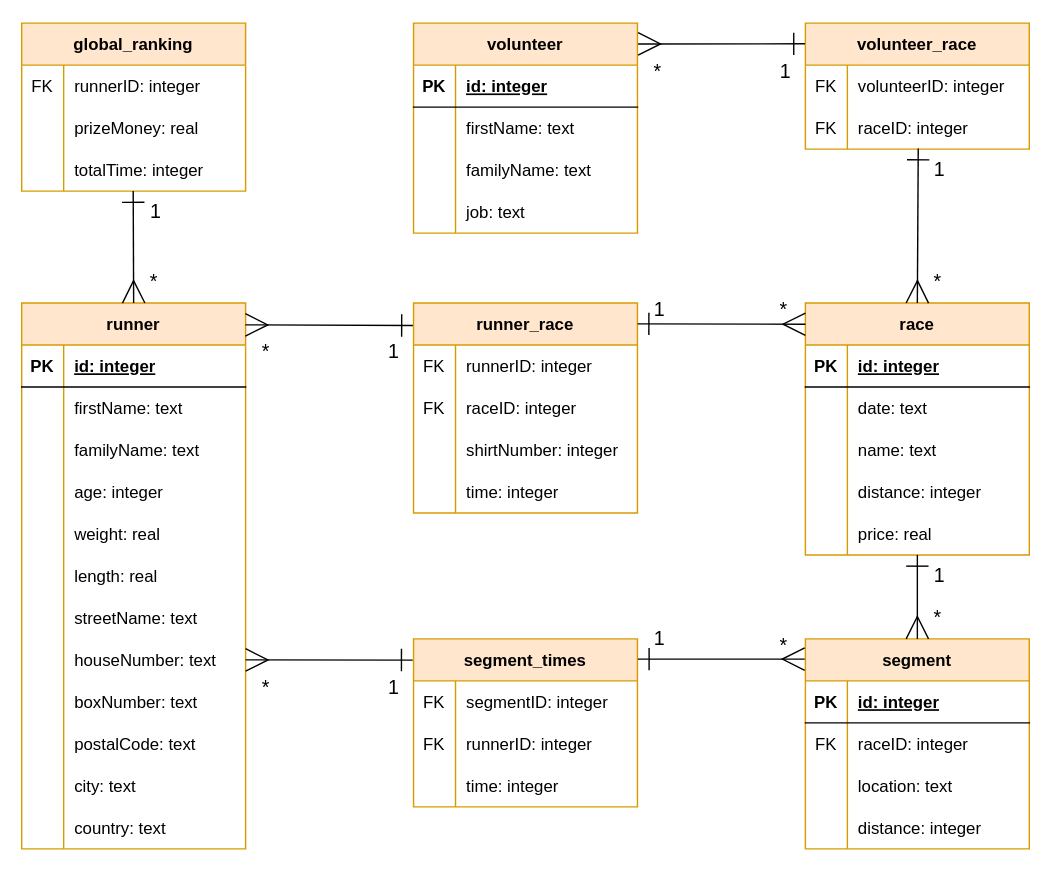
Before: diagram/diagram.svg, a diagram exported from draw.io (lowie2727/databases-project). Source tidied: cells renumbered, new cells last; positions are measured from the earlier drawing's top-left corner, leaving out a move shared by most shapes.
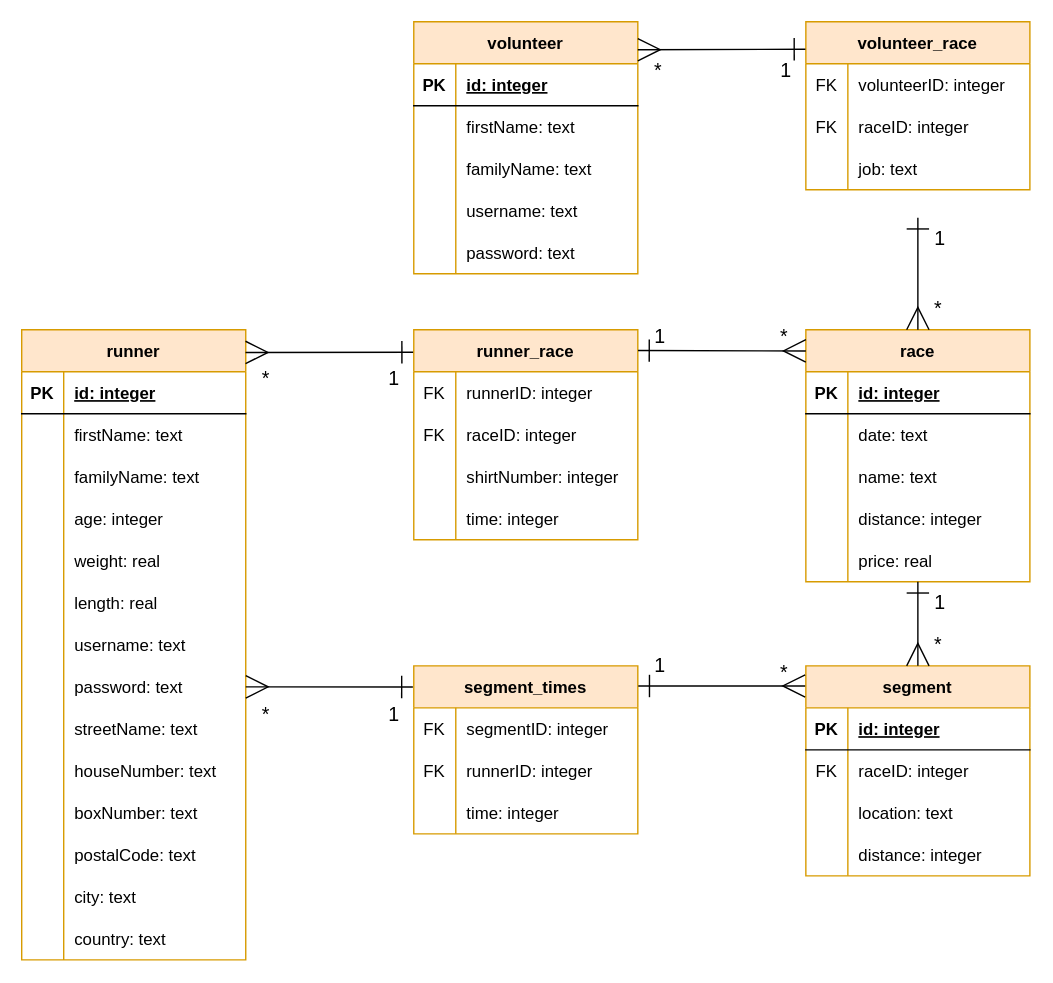
Above is the later version.

Change to the diagram source:
```diff
@@ -3,7 +3,7 @@
     <mxCell id="0" />
     <mxCell id="1" parent="0" />
     <mxCell id="2" value="runner" style="shape=table;startSize=30;rowLines=0;fontStyle=1;align=center;fillColor=#ffe6cc;strokeColor=#d79b00;" parent="1" vertex="1">
-      <mxGeometry y="200" width="160" height="390" as="geometry" />
+      <mxGeometry y="200" width="160" height="450" as="geometry" />
     </mxCell>
     <mxCell id="3" style="shape=tableRow;horizontal=0;startSize=0;swimlaneHead=0;swimlaneBody=0;fillColor=none;top=0;left=0;right=0;bottom=1;" parent="2" vertex="1">
       <mxGeometry y="30" width="160" height="30" as="geometry" />
@@ -59,8 +59,26 @@
     <mxCell id="20" value="length: real" style="shape=partialRectangle;fillColor=none;top=0;left=0;bottom=0;right=0;align=left;spacingLeft=6;overflow=hidden;" parent="18" vertex="1">
       <mxGeometry x="30" width="130" height="30" as="geometry" />
     </mxCell>
+    <mxCell id="145" style="shape=tableRow;horizontal=0;startSize=0;swimlaneHead=0;swimlaneBody=0;fillColor=none;top=0;left=0;right=0;bottom=0;" parent="2" vertex="1">
+      <mxGeometry y="210" width="160" height="30" as="geometry" />
+    </mxCell>
+    <mxCell id="146" style="shape=partialRectangle;fillColor=none;top=0;left=0;bottom=0;right=0;overflow=hidden;" parent="145" vertex="1">
+      <mxGeometry width="30" height="30" as="geometry" />
+    </mxCell>
+    <mxCell id="147" value="username: text" style="shape=partialRectangle;fillColor=none;top=0;left=0;bottom=0;right=0;align=left;spacingLeft=6;overflow=hidden;" parent="145" vertex="1">
+      <mxGeometry x="30" width="130" height="30" as="geometry" />
+    </mxCell>
+    <mxCell id="148" style="shape=tableRow;horizontal=0;startSize=0;swimlaneHead=0;swimlaneBody=0;fillColor=none;points=[[0,0.5],[1,0.5]];portConstraint=eastwest;top=0;left=0;right=0;bottom=0;" parent="2" vertex="1">
+      <mxGeometry y="240" width="160" height="30" as="geometry" />
+    </mxCell>
+    <mxCell id="149" style="shape=partialRectangle;fillColor=none;top=0;left=0;bottom=0;right=0;overflow=hidden;" parent="148" vertex="1">
+      <mxGeometry width="30" height="30" as="geometry" />
+    </mxCell>
+    <mxCell id="150" value="password: text" style="shape=partialRectangle;fillColor=none;top=0;left=0;bottom=0;right=0;align=left;spacingLeft=6;overflow=hidden;" parent="148" vertex="1">
+      <mxGeometry x="30" width="130" height="30" as="geometry" />
+    </mxCell>
     <mxCell id="21" style="shape=tableRow;horizontal=0;startSize=0;swimlaneHead=0;swimlaneBody=0;fillColor=none;top=0;left=0;right=0;bottom=0;" parent="2" vertex="1">
-      <mxGeometry y="210" width="160" height="30" as="geometry" />
+      <mxGeometry y="270" width="160" height="30" as="geometry" />
     </mxCell>
     <mxCell id="22" style="shape=partialRectangle;fillColor=none;top=0;left=0;bottom=0;right=0;overflow=hidden;" parent="21" vertex="1">
       <mxGeometry width="30" height="30" as="geometry" />
@@ -69,7 +87,7 @@
       <mxGeometry x="30" width="130" height="30" as="geometry" />
     </mxCell>
     <mxCell id="24" style="shape=tableRow;horizontal=0;startSize=0;swimlaneHead=0;swimlaneBody=0;fillColor=none;points=[[0,0.5],[1,0.5]];portConstraint=eastwest;top=0;left=0;right=0;bottom=0;" parent="2" vertex="1">
-      <mxGeometry y="240" width="160" height="30" as="geometry" />
+      <mxGeometry y="300" width="160" height="30" as="geometry" />
     </mxCell>
     <mxCell id="25" style="shape=partialRectangle;fillColor=none;top=0;left=0;bottom=0;right=0;overflow=hidden;" parent="24" vertex="1">
       <mxGeometry width="30" height="30" as="geometry" />
@@ -78,7 +96,7 @@
       <mxGeometry x="30" width="130" height="30" as="geometry" />
     </mxCell>
     <mxCell id="27" style="shape=tableRow;horizontal=0;startSize=0;swimlaneHead=0;swimlaneBody=0;fillColor=none;top=0;left=0;right=0;bottom=0;" parent="2" vertex="1">
-      <mxGeometry y="270" width="160" height="30" as="geometry" />
+      <mxGeometry y="330" width="160" height="30" as="geometry" />
     </mxCell>
     <mxCell id="28" style="shape=partialRectangle;fillColor=none;top=0;left=0;bottom=0;right=0;overflow=hidden;" parent="27" vertex="1">
       <mxGeometry width="30" height="30" as="geometry" />
@@ -87,7 +105,7 @@
       <mxGeometry x="30" width="130" height="30" as="geometry" />
     </mxCell>
     <mxCell id="30" style="shape=tableRow;horizontal=0;startSize=0;swimlaneHead=0;swimlaneBody=0;fillColor=none;top=0;left=0;right=0;bottom=0;" parent="2" vertex="1">
-      <mxGeometry y="300" width="160" height="30" as="geometry" />
+      <mxGeometry y="360" width="160" height="30" as="geometry" />
     </mxCell>
     <mxCell id="31" style="shape=partialRectangle;fillColor=none;top=0;left=0;bottom=0;right=0;overflow=hidden;" parent="30" vertex="1">
       <mxGeometry width="30" height="30" as="geometry" />
@@ -96,7 +114,7 @@
       <mxGeometry x="30" width="130" height="30" as="geometry" />
     </mxCell>
     <mxCell id="33" style="shape=tableRow;horizontal=0;startSize=0;swimlaneHead=0;swimlaneBody=0;fillColor=none;top=0;left=0;right=0;bottom=0;" parent="2" vertex="1">
-      <mxGeometry y="330" width="160" height="30" as="geometry" />
+      <mxGeometry y="390" width="160" height="30" as="geometry" />
     </mxCell>
     <mxCell id="34" style="shape=partialRectangle;fillColor=none;top=0;left=0;bottom=0;right=0;overflow=hidden;" parent="33" vertex="1">
       <mxGeometry width="30" height="30" as="geometry" />
@@ -105,7 +123,7 @@
       <mxGeometry x="30" width="130" height="30" as="geometry" />
     </mxCell>
     <mxCell id="36" style="shape=tableRow;horizontal=0;startSize=0;swimlaneHead=0;swimlaneBody=0;fillColor=none;top=0;left=0;right=0;bottom=0;" parent="2" vertex="1">
-      <mxGeometry y="360" width="160" height="30" as="geometry" />
+      <mxGeometry y="420" width="160" height="30" as="geometry" />
     </mxCell>
     <mxCell id="37" style="shape=partialRectangle;fillColor=none;top=0;left=0;bottom=0;right=0;overflow=hidden;" parent="36" vertex="1">
       <mxGeometry width="30" height="30" as="geometry" />
@@ -153,7 +171,7 @@
       <mxGeometry x="30" width="130" height="30" as="geometry" />
     </mxCell>
     <mxCell id="52" value="volunteer" style="shape=table;startSize=30;rowLines=0;fontStyle=1;align=center;fillColor=#ffe6cc;strokeColor=#d79b00;swimlaneLine=1;" parent="1" vertex="1">
-      <mxGeometry x="280" width="160" height="150" as="geometry" />
+      <mxGeometry x="280" y="-20" width="160" height="180" as="geometry" />
     </mxCell>
     <mxCell id="53" style="shape=tableRow;horizontal=0;startSize=0;swimlaneHead=0;swimlaneBody=0;fillColor=none;top=0;left=0;right=0;bottom=1;" parent="52" vertex="1">
       <mxGeometry y="30" width="160" height="30" as="geometry" />
@@ -188,9 +206,18 @@
     <mxCell id="63" style="shape=partialRectangle;fillColor=none;top=0;left=0;bottom=0;right=0;overflow=hidden;" parent="62" vertex="1">
       <mxGeometry width="30" height="30" as="geometry" />
     </mxCell>
-    <mxCell id="64" value="job: text" style="shape=partialRectangle;fillColor=none;top=0;left=0;bottom=0;right=0;align=left;spacingLeft=6;overflow=hidden;" parent="62" vertex="1">
+    <mxCell id="64" value="username: text" style="shape=partialRectangle;fillColor=none;top=0;left=0;bottom=0;right=0;align=left;spacingLeft=6;overflow=hidden;" parent="62" vertex="1">
       <mxGeometry x="30" width="130" height="30" as="geometry" />
     </mxCell>
+    <mxCell id="151" style="shape=tableRow;horizontal=0;startSize=0;swimlaneHead=0;swimlaneBody=0;fillColor=none;top=0;left=0;right=0;bottom=0;" parent="52" vertex="1">
+      <mxGeometry y="150" width="160" height="30" as="geometry" />
+    </mxCell>
+    <mxCell id="152" style="shape=partialRectangle;fillColor=none;top=0;left=0;bottom=0;right=0;overflow=hidden;" parent="151" vertex="1">
+      <mxGeometry width="30" height="30" as="geometry" />
+    </mxCell>
+    <mxCell id="153" value="password: text" style="shape=partialRectangle;fillColor=none;top=0;left=0;bottom=0;right=0;align=left;spacingLeft=6;overflow=hidden;" parent="151" vertex="1">
+      <mxGeometry x="30" width="130" height="30" as="geometry" />
+    </mxCell>
     <mxCell id="65" value="race" style="shape=table;startSize=30;rowLines=0;fontStyle=1;align=center;fillColor=#ffe6cc;strokeColor=#d79b00;" parent="1" vertex="1">
       <mxGeometry x="560" y="200" width="160" height="180" as="geometry" />
     </mxCell>
@@ -239,45 +266,6 @@
     <mxCell id="80" value="price: real" style="shape=partialRectangle;fillColor=none;top=0;left=0;bottom=0;right=0;align=left;spacingLeft=6;overflow=hidden;" parent="78" vertex="1">
       <mxGeometry x="30" width="130" height="30" as="geometry" />
     </mxCell>
-    <mxCell id="81" value="global_ranking" style="shape=table;startSize=30;rowLines=0;fontStyle=1;align=center;fillColor=#ffe6cc;strokeColor=#d79b00;" parent="1" vertex="1">
-      <mxGeometry width="160" height="120" as="geometry" />
-    </mxCell>
-    <mxCell id="82" style="shape=tableRow;horizontal=0;startSize=0;swimlaneHead=0;swimlaneBody=0;fillColor=none;top=0;left=0;right=0;bottom=0;" parent="81" vertex="1">
-      <mxGeometry y="30" width="160" height="30" as="geometry" />
-    </mxCell>
-    <mxCell id="83" value="FK" style="shape=partialRectangle;fillColor=none;top=0;left=0;bottom=0;right=0;overflow=hidden;" parent="82" vertex="1">
-      <mxGeometry width="30" height="30" as="geometry" />
-    </mxCell>
-    <mxCell id="84" value="runnerID: integer" style="shape=partialRectangle;fillColor=none;top=0;left=0;bottom=0;right=0;align=left;spacingLeft=6;overflow=hidden;" parent="82" vertex="1">
-      <mxGeometry x="30" width="130" height="30" as="geometry" />
-    </mxCell>
-    <mxCell id="85" style="shape=tableRow;horizontal=0;startSize=0;swimlaneHead=0;swimlaneBody=0;fillColor=none;top=0;left=0;right=0;bottom=0;" parent="81" vertex="1">
-      <mxGeometry y="60" width="160" height="30" as="geometry" />
-    </mxCell>
-    <mxCell id="86" style="shape=partialRectangle;fillColor=none;top=0;left=0;bottom=0;right=0;overflow=hidden;" parent="85" vertex="1">
-      <mxGeometry width="30" height="30" as="geometry" />
-    </mxCell>
-    <mxCell id="87" value="prizeMoney: real" style="shape=partialRectangle;fillColor=none;top=0;left=0;bottom=0;right=0;align=left;spacingLeft=6;overflow=hidden;" parent="85" vertex="1">
-      <mxGeometry x="30" width="130" height="30" as="geometry" />
-    </mxCell>
-    <mxCell id="88" style="shape=tableRow;horizontal=0;startSize=0;swimlaneHead=0;swimlaneBody=0;fillColor=none;points=[[0,0.5],[1,0.5]];portConstraint=eastwest;top=0;left=0;right=0;bottom=0;" parent="81" vertex="1">
-      <mxGeometry y="90" width="160" height="30" as="geometry" />
-    </mxCell>
-    <mxCell id="89" style="shape=partialRectangle;fillColor=none;top=0;left=0;bottom=0;right=0;overflow=hidden;" parent="88" vertex="1">
-      <mxGeometry width="30" height="30" as="geometry" />
-    </mxCell>
-    <mxCell id="90" value="totalTime: integer" style="shape=partialRectangle;fillColor=none;top=0;left=0;bottom=0;right=0;align=left;spacingLeft=6;overflow=hidden;" parent="88" vertex="1">
-      <mxGeometry x="30" width="130" height="30" as="geometry" />
-    </mxCell>
-    <mxCell id="91" style="edgeStyle=none;rounded=0;jumpSize=6;jettySize=auto;html=1;exitX=0.498;exitY=1;exitDx=0;exitDy=0;fontSize=14;startArrow=ERone;startFill=0;endArrow=ERmany;endFill=0;startSize=14;endSize=14;entryX=0.5;entryY=0;entryDx=0;entryDy=0;exitPerimeter=0;" parent="1" edge="1" source="88" target="2">
-      <mxGeometry relative="1" as="geometry" />
-    </mxCell>
-    <mxCell id="92" value="*" style="edgeLabel;html=1;align=left;verticalAlign=top;fontSize=14;labelBackgroundColor=none;" parent="1" vertex="1">
-      <mxGeometry x="90" y="170" as="geometry" />
-    </mxCell>
-    <mxCell id="93" value="1" style="edgeLabel;html=1;align=right;verticalAlign=top;fontSize=14;labelBackgroundColor=none;" parent="1" vertex="1">
-      <mxGeometry x="100" y="120" as="geometry" />
-    </mxCell>
     <mxCell id="94" value="segment_times" style="shape=table;startSize=30;rowLines=0;fontStyle=1;align=center;fillColor=#ffe6cc;strokeColor=#d79b00;" parent="1" vertex="1">
       <mxGeometry x="280" y="440" width="160" height="120" as="geometry" />
     </mxCell>
@@ -357,7 +345,7 @@
       <mxGeometry x="30" width="130" height="30" as="geometry" />
     </mxCell>
     <mxCell id="120" value="volunteer_race" style="shape=table;startSize=30;rowLines=0;fontStyle=1;align=center;fillColor=#ffe6cc;strokeColor=#d79b00;swimlaneLine=1;" parent="1" vertex="1">
-      <mxGeometry x="560" width="160" height="90" as="geometry" />
+      <mxGeometry x="560" y="-20" width="160" height="120" as="geometry" />
     </mxCell>
     <mxCell id="121" style="shape=tableRow;horizontal=0;startSize=0;swimlaneHead=0;swimlaneBody=0;fillColor=none;top=0;left=0;right=0;bottom=0;" parent="120" vertex="1">
       <mxGeometry y="30" width="160" height="30" as="geometry" />
@@ -377,11 +365,24 @@
     <mxCell id="126" value="raceID: integer" style="shape=partialRectangle;fillColor=none;top=0;left=0;bottom=0;right=0;align=left;spacingLeft=6;overflow=hidden;" parent="124" vertex="1">
       <mxGeometry x="30" width="130" height="30" as="geometry" />
     </mxCell>
+    <mxCell id="88" style="shape=tableRow;horizontal=0;startSize=0;swimlaneHead=0;swimlaneBody=0;fillColor=none;points=[[0,0.5],[1,0.5]];portConstraint=eastwest;top=0;left=0;right=0;bottom=0;" parent="120" vertex="1">
+      <mxGeometry y="90" width="160" height="30" as="geometry" />
+    </mxCell>
+    <mxCell id="154" style="shape=partialRectangle;fillColor=none;top=0;left=0;bottom=0;right=0;overflow=hidden;" parent="88" vertex="1">
+      <mxGeometry width="30" height="30" as="geometry" />
+    </mxCell>
+    <mxCell id="155" style="shape=partialRectangle;fillColor=none;top=0;left=0;bottom=0;right=0;align=left;spacingLeft=6;overflow=hidden;" parent="88" vertex="1">
+      <mxGeometry x="30" width="130" height="30" as="geometry" />
+    </mxCell>
-    <mxCell id="127" style="endArrow=ERone;html=1;rounded=0;exitX=1.003;exitY=0.099;exitDx=0;exitDy=0;exitPerimeter=0;entryX=-0.002;entryY=0.164;entryDx=0;entryDy=0;startArrow=ERmany;startFill=0;endSize=14;startSize=14;endFill=0;entryPerimeter=0;" parent="1" edge="1" source="52" target="120">
-      <mxGeometry relative="1" as="geometry" />
+    <mxCell id="127" style="endArrow=ERone;html=1;rounded=0;entryX=-0.002;entryY=0.164;entryDx=0;entryDy=0;startArrow=ERmany;startFill=0;endSize=14;startSize=14;endFill=0;entryPerimeter=0;" parent="1" edge="1" target="120">
+      <mxGeometry relative="1" as="geometry">
+        <mxPoint x="440" as="sourcePoint" />
+      </mxGeometry>
     </mxCell>
-    <mxCell id="128" style="endArrow=ERone;html=1;rounded=0;exitX=0.5;exitY=0;exitDx=0;exitDy=0;entryX=0.504;entryY=0.987;entryDx=0;entryDy=0;startArrow=ERmany;startFill=0;endSize=14;startSize=14;endFill=0;entryPerimeter=0;" parent="1" edge="1" source="65" target="124">
-      <mxGeometry relative="1" as="geometry" />
+    <mxCell id="128" style="endArrow=ERone;html=1;rounded=0;exitX=0.5;exitY=0;exitDx=0;exitDy=0;startArrow=ERmany;startFill=0;endSize=14;startSize=14;endFill=0;" parent="1" edge="1" source="65">
+      <mxGeometry relative="1" as="geometry">
+        <mxPoint x="640" y="120" as="targetPoint" />
+      </mxGeometry>
     </mxCell>
     <mxCell id="129" style="endArrow=ERone;html=1;rounded=0;exitX=0;exitY=0.084;exitDx=0;exitDy=0;entryX=1.001;entryY=0.099;entryDx=0;entryDy=0;startArrow=ERmany;startFill=0;endSize=14;startSize=14;endFill=0;entryPerimeter=0;exitPerimeter=0;" parent="1" edge="1" source="65" target="107">
       <mxGeometry relative="1" as="geometry" />
@@ -389,10 +390,10 @@
     <mxCell id="130" style="endArrow=ERone;html=1;rounded=0;exitX=-0.003;exitY=0.096;exitDx=0;exitDy=0;entryX=1.002;entryY=0.12;entryDx=0;entryDy=0;startArrow=ERmany;startFill=0;endSize=14;startSize=14;endFill=0;entryPerimeter=0;exitPerimeter=0;" parent="1" edge="1" source="39" target="94">
       <mxGeometry relative="1" as="geometry" />
     </mxCell>
-    <mxCell id="131" style="endArrow=ERmany;html=1;rounded=0;exitX=-0.003;exitY=0.107;exitDx=0;exitDy=0;entryX=0.999;entryY=0.04;entryDx=0;entryDy=0;startArrow=ERone;startFill=0;endSize=14;startSize=14;endFill=0;entryPerimeter=0;exitPerimeter=0;" parent="1" edge="1" source="107" target="2">
+    <mxCell id="131" style="endArrow=ERmany;html=1;rounded=0;exitX=-0.003;exitY=0.107;exitDx=0;exitDy=0;entryX=0.999;entryY=0.036;entryDx=0;entryDy=0;startArrow=ERone;startFill=0;endSize=14;startSize=14;endFill=0;entryPerimeter=0;exitPerimeter=0;" parent="1" edge="1" source="107" target="2">
       <mxGeometry relative="1" as="geometry" />
     </mxCell>
-    <mxCell id="132" style="endArrow=ERmany;html=1;rounded=0;exitX=-0.004;exitY=0.126;exitDx=0;exitDy=0;entryX=1;entryY=0.5;entryDx=0;entryDy=0;startArrow=ERone;startFill=0;endSize=14;startSize=14;endFill=0;exitPerimeter=0;" parent="1" edge="1" source="94" target="24">
+    <mxCell id="132" style="endArrow=ERmany;html=1;rounded=0;exitX=-0.004;exitY=0.126;exitDx=0;exitDy=0;entryX=1;entryY=0.5;entryDx=0;entryDy=0;startArrow=ERone;startFill=0;endSize=14;startSize=14;endFill=0;exitPerimeter=0;" parent="1" edge="1" source="94" target="148">
       <mxGeometry relative="1" as="geometry" />
     </mxCell>
     <mxCell id="133" value="*" style="edgeLabel;html=1;align=left;verticalAlign=top;spacing=2;fontSize=14;labelBackgroundColor=none;" parent="1" vertex="1">
@@ -408,10 +409,10 @@
       <mxGeometry x="650" y="170" as="geometry" />
     </mxCell>
     <mxCell id="137" value="*" style="edgeLabel;html=1;align=left;verticalAlign=top;spacing=2;fontSize=14;labelBackgroundColor=none;" parent="1" vertex="1">
-      <mxGeometry x="450" y="20" as="geometry" />
+      <mxGeometry x="450" as="geometry" />
     </mxCell>
     <mxCell id="138" value="1" style="edgeLabel;html=1;align=right;verticalAlign=top;fontSize=14;labelBackgroundColor=none;" parent="1" vertex="1">
-      <mxGeometry x="660" y="90" as="geometry" />
+      <mxGeometry x="660" y="120" as="geometry" />
     </mxCell>
     <mxCell id="139" value="1" style="edgeLabel;html=1;align=right;verticalAlign=top;fontSize=14;labelBackgroundColor=none;" parent="1" vertex="1">
       <mxGeometry x="460" y="190" as="geometry" />
@@ -429,7 +430,10 @@
       <mxGeometry x="540" y="190" as="geometry" />
     </mxCell>
     <mxCell id="144" value="1" style="edgeLabel;html=1;align=right;verticalAlign=top;fontSize=14;labelBackgroundColor=none;" parent="1" vertex="1">
-      <mxGeometry x="550" y="20" as="geometry" />
+      <mxGeometry x="550" as="geometry" />
     </mxCell>
+    <mxCell id="156" value="job: text" style="shape=partialRectangle;fillColor=none;top=0;left=0;bottom=0;right=0;align=left;spacingLeft=6;overflow=hidden;" parent="1" vertex="1">
+      <mxGeometry x="590" y="70" width="130" height="30" as="geometry" />
+    </mxCell>
   </root>
 </mxGraphModel>
```
